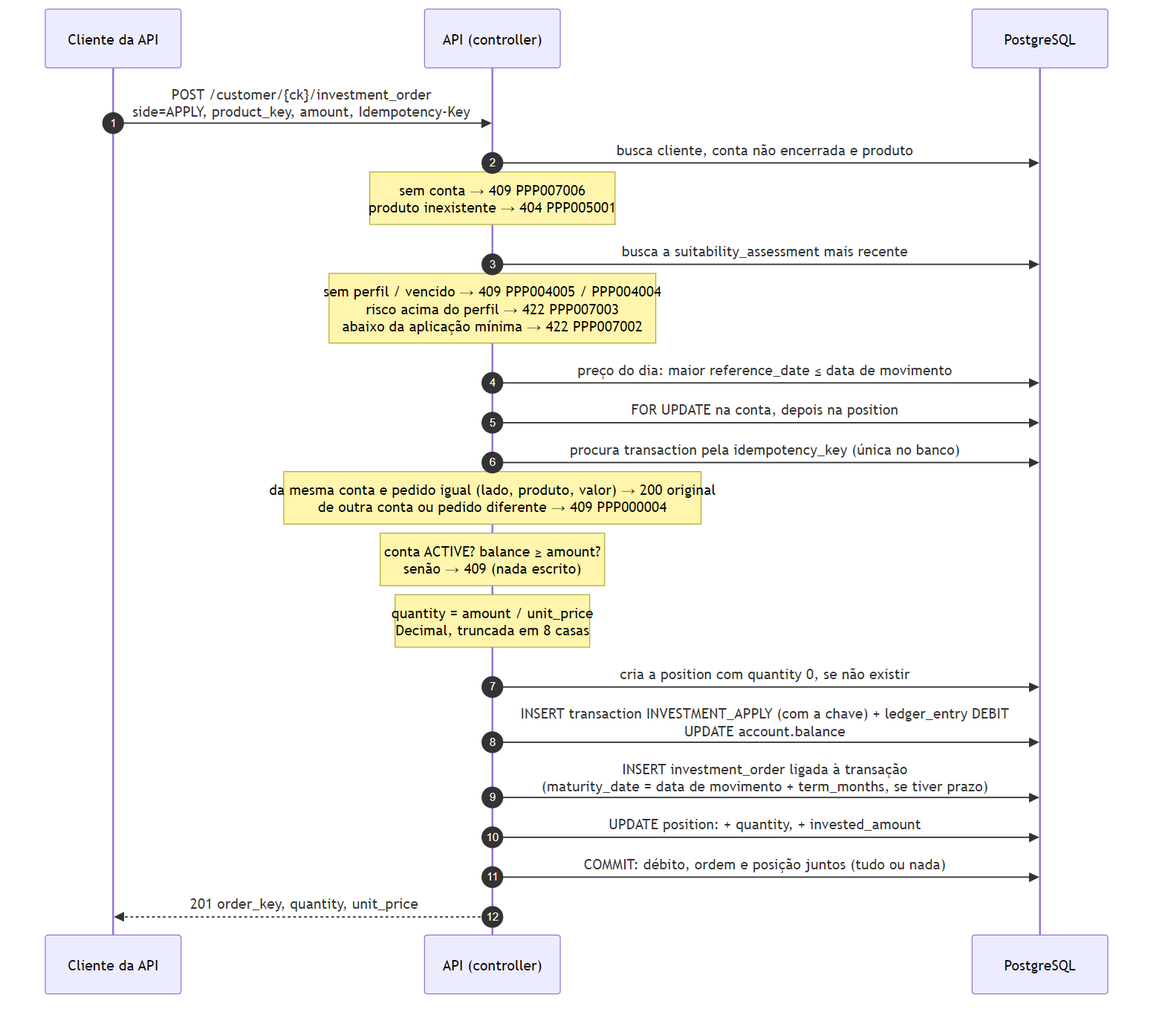
The Mermaid diagram docs/diagramas/aplicacao.png in heluylucas/bootcamp-qi-tech-presidas-, before a commit. Its source is kept beside it as docs/diagramas/aplicacao.mmd.
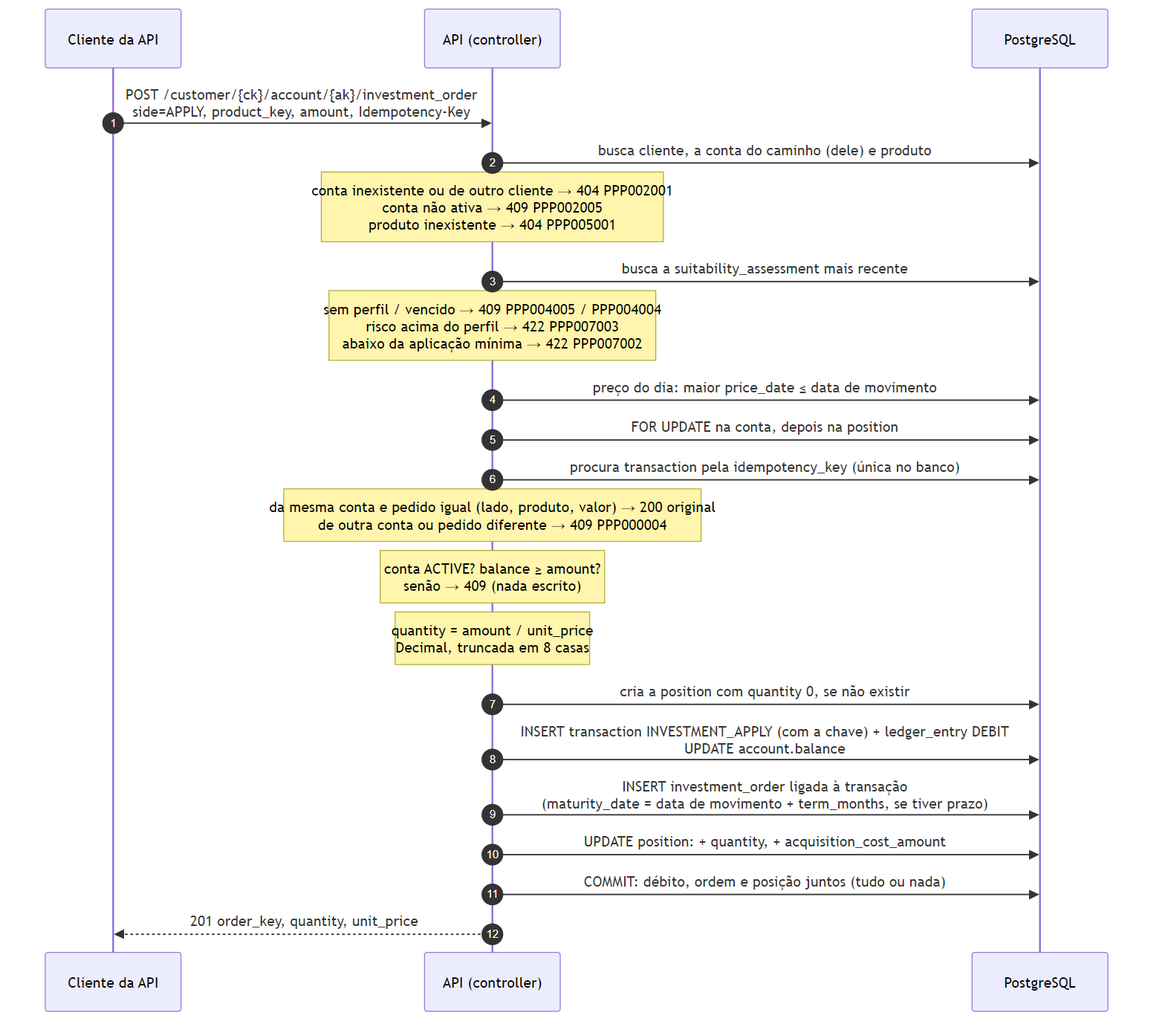
Above is the later version.

Change to the diagram source:
```diff
@@ -4,12 +4,12 @@
     participant API as API (controller)
     participant DB as PostgreSQL
 
-    C->>API: POST /customer/{ck}/investment_order<br/>side=APPLY, product_key, amount, Idempotency-Key
-    API->>DB: busca cliente, conta não encerrada e produto
-    Note over API: sem conta → 409 PPP007006<br/>produto inexistente → 404 PPP005001
+    C->>API: POST /customer/{ck}/account/{ak}/investment_order<br/>side=APPLY, product_key, amount, Idempotency-Key
+    API->>DB: busca cliente, a conta do caminho (dele) e produto
+    Note over API: conta inexistente ou de outro cliente → 404 PPP002001<br/>conta não ativa → 409 PPP002005<br/>produto inexistente → 404 PPP005001
     API->>DB: busca a suitability_assessment mais recente
     Note over API: sem perfil / vencido → 409 PPP004005 / PPP004004<br/>risco acima do perfil → 422 PPP007003<br/>abaixo da aplicação mínima → 422 PPP007002
-    API->>DB: preço do dia: maior reference_date ≤ data de movimento
+    API->>DB: preço do dia: maior price_date ≤ data de movimento
     API->>DB: FOR UPDATE na conta, depois na position
     API->>DB: procura transaction pela idempotency_key (única no banco)
     Note over API: da mesma conta e pedido igual (lado, produto, valor) → 200 original<br/>de outra conta ou pedido diferente → 409 PPP000004
@@ -18,6 +18,6 @@
     API->>DB: cria a position com quantity 0, se não existir
     API->>DB: INSERT transaction INVESTMENT_APPLY (com a chave) + ledger_entry DEBIT<br/>UPDATE account.balance
     API->>DB: INSERT investment_order ligada à transação<br/>(maturity_date = data de movimento + term_months, se tiver prazo)
-    API->>DB: UPDATE position: + quantity, + invested_amount
+    API->>DB: UPDATE position: + quantity, + acquisition_cost_amount
     API->>DB: COMMIT: débito, ordem e posição juntos (tudo ou nada)
     API-->>C: 201 order_key, quantity, unit_price
```
